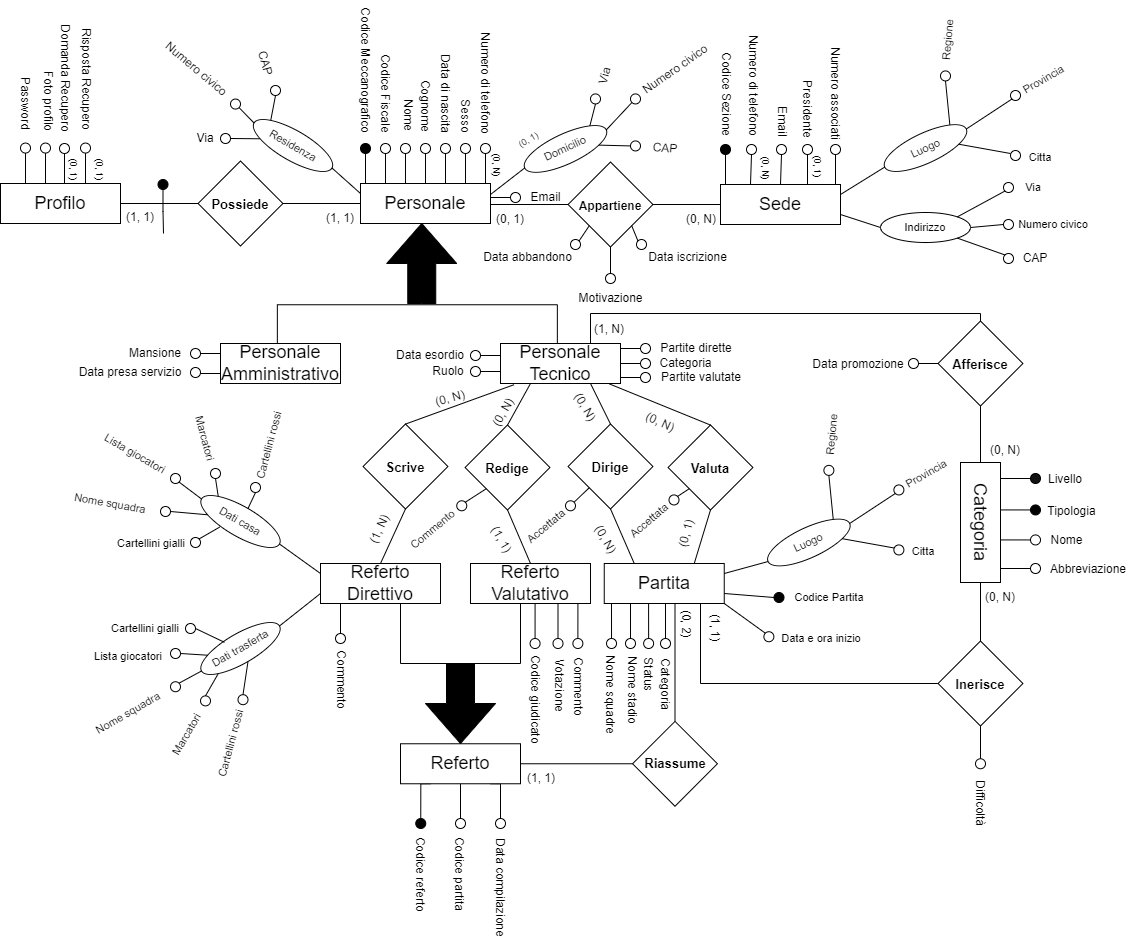
Above: ERDiagram/WhistleER.drawio.png in savernike/DiagramsSet (draw.io), before the change. Source tidied: cells renumbered, new cells last; positions are measured from the earlier drawing's top-left corner, leaving out a move shared by most shapes.
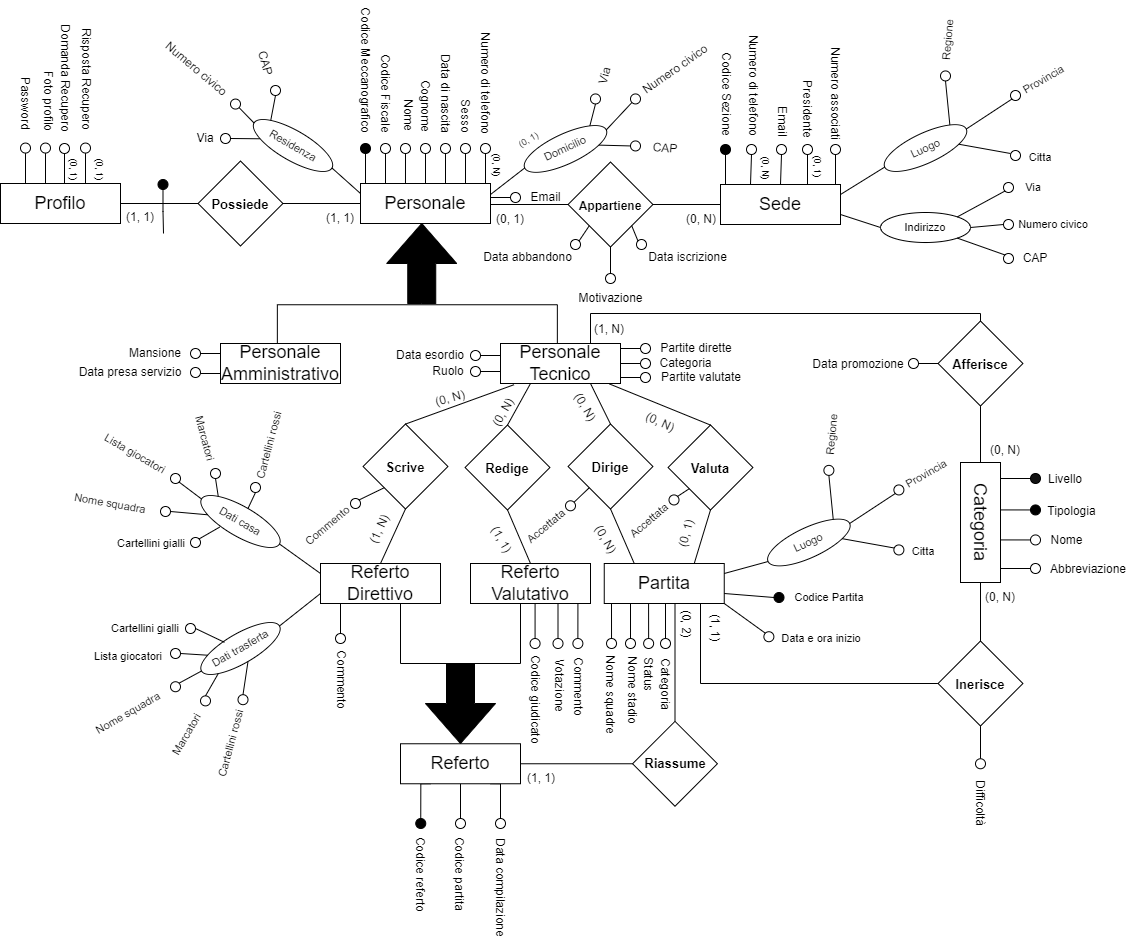
The same diagram one commit later.

Commit message:
Spostamento attributo Redige in Scrive

Change to the diagram source:
```diff
@@ -936,13 +936,13 @@
       <mxGeometry x="785.4" y="599" width="95.6" height="30" as="geometry" />
     </mxCell>
     <mxCell id="305" style="ellipse;whiteSpace=wrap;html=1;fontFamily=Helvetica;fontSize=11;fontColor=default;" parent="1" vertex="1">
-      <mxGeometry x="468.2" y="476.3" width="10" height="10" as="geometry" />
+      <mxGeometry x="362" y="474" width="10" height="10" as="geometry" />
     </mxCell>
-    <mxCell id="306" style="endArrow=none;html=1;rounded=0;labelBackgroundColor=default;strokeColor=default;fontFamily=Helvetica;fontSize=11;fontColor=default;shape=connector;exitX=1;exitY=0;exitDx=0;exitDy=0;entryX=0.5;entryY=1;entryDx=0;entryDy=0;" parent="1" edge="1" source="305" target="136">
+    <mxCell id="306" style="endArrow=none;html=1;rounded=0;labelBackgroundColor=default;strokeColor=default;fontFamily=Helvetica;fontSize=11;fontColor=default;shape=connector;exitX=1;exitY=0;exitDx=0;exitDy=0;entryX=0.5;entryY=1;entryDx=0;entryDy=0;" parent="1" edge="1" source="305" target="138">
       <mxGeometry relative="1" as="geometry" />
     </mxCell>
     <mxCell id="307" value="Commento" style="text;strokeColor=none;align=center;fillColor=none;html=1;verticalAlign=middle;whiteSpace=wrap;rounded=0;fontSize=11;fontFamily=Helvetica;fontColor=default;rotation=-40;" parent="1" vertex="1">
-      <mxGeometry x="411.9" y="490" width="65" height="30" as="geometry" />
+      <mxGeometry x="307" y="486.3" width="65" height="30" as="geometry" />
     </mxCell>
     <mxCell id="308" value="Accettata" style="text;strokeColor=none;align=center;fillColor=none;html=1;verticalAlign=middle;whiteSpace=wrap;rounded=0;fontSize=11;fontFamily=Helvetica;fontColor=default;rotation=-40;" parent="1" vertex="1">
       <mxGeometry x="531.8" y="487" width="51.6" height="30" as="geometry" />
```
